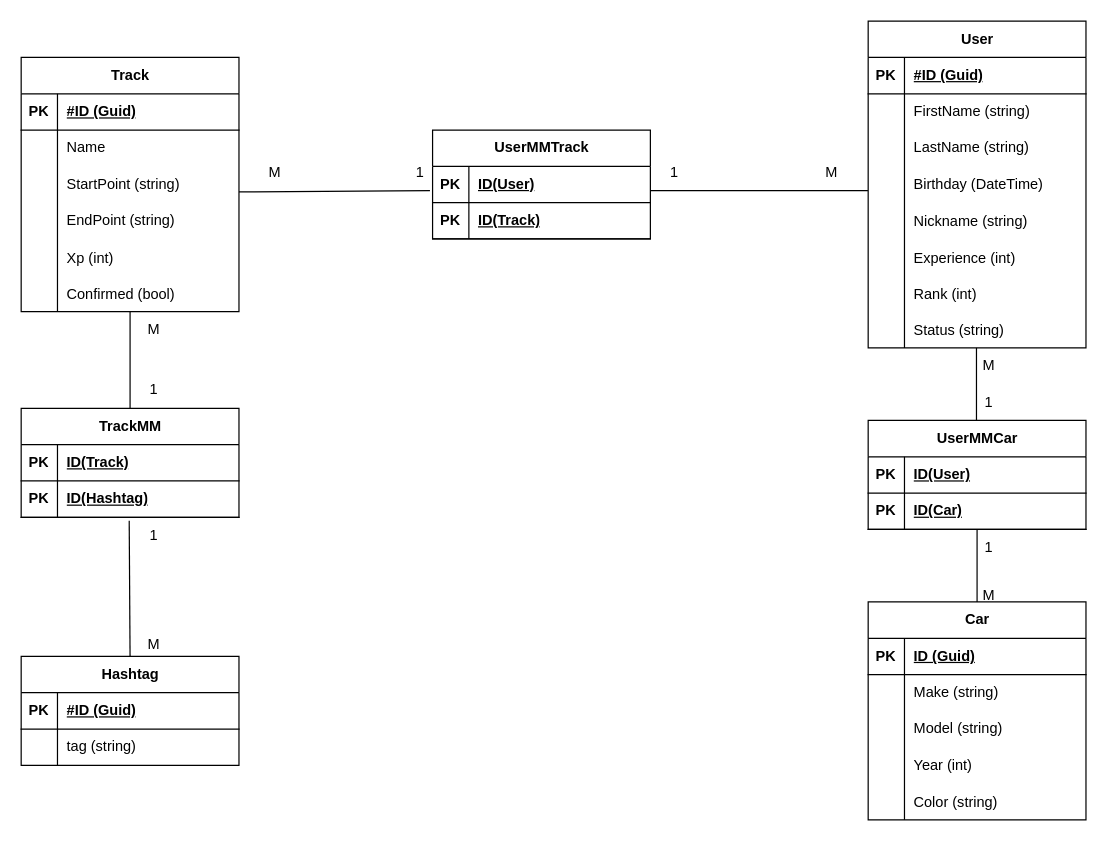
Qarty26/ASP.NET keeps this draw.io diagram as Project/diagrama .net roads.drawio. Above is the earlier version. Source tidied: cells renumbered, new cells numbered last; positions are measured from the earlier drawing's top-left corner, leaving out a move shared by most shapes. Both pictures are drawn from the tidied source at 121%, with x=0, y=0 at pixel (21, 21).
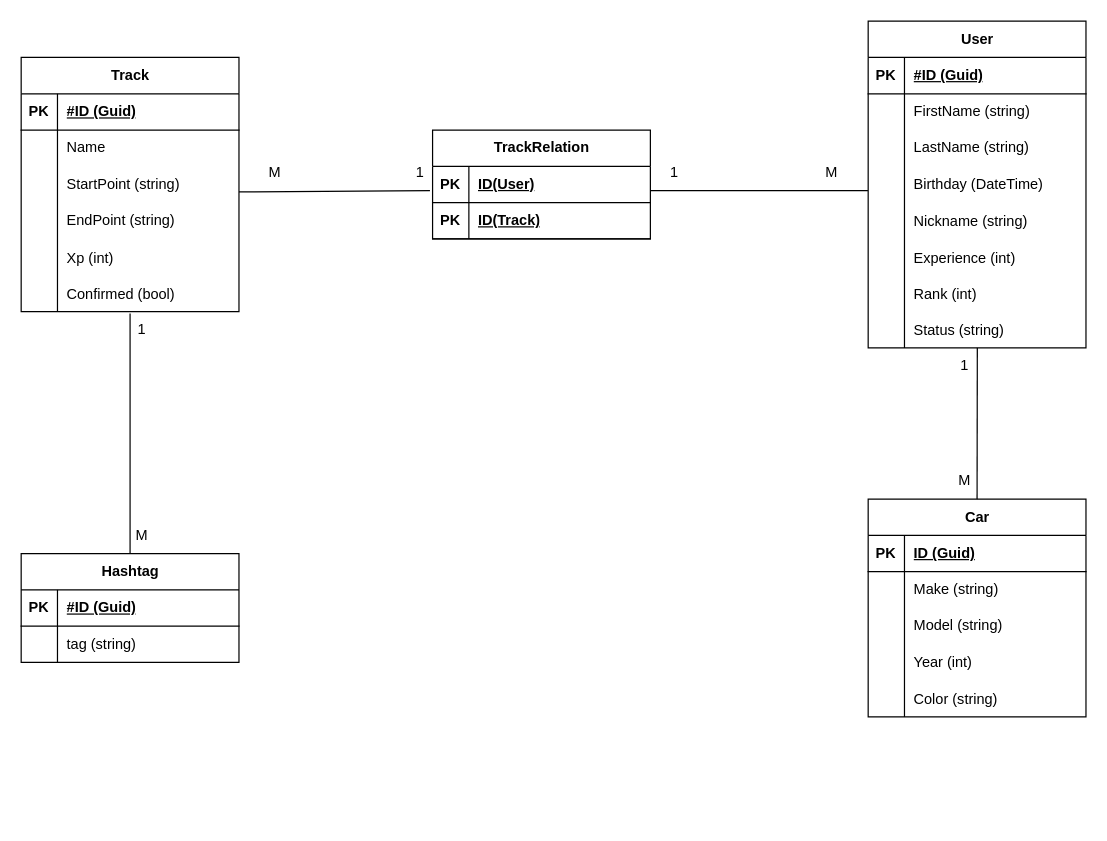
Above is the later version.

Unchanged cells that the change refers to:
```xml
<mxCell id="43" style="shape=tableRow;horizontal=0;startSize=0;swimlaneHead=0;swimlaneBody=0;fillColor=none;points=[[0,0.5],[1,0.5]];portConstraint=eastwest;top=0;left=0;right=0;bottom=0;" parent="27" vertex="1">
  <mxGeometry y="180" width="180" height="30" as="geometry" />
</mxCell>
```

What changed in the source:
```diff
@@
     <mxCell id="46" value="Hashtag" style="shape=table;startSize=30;childLayout=tableLayout;rowLines=0;fontStyle=1;align=center;html=1;" parent="1" vertex="1">
-      <mxGeometry y="525" width="180" height="90" as="geometry" />
+      <mxGeometry y="440" width="180" height="90" as="geometry" />
     </mxCell>
@@
     <mxCell id="53" value="Car" style="shape=table;startSize=30;childLayout=tableLayout;rowLines=0;fontStyle=1;align=center;html=1;" parent="1" vertex="1">
-      <mxGeometry x="700" y="480" width="180" height="180" as="geometry" />
+      <mxGeometry x="700" y="395" width="180" height="180" as="geometry" />
     </mxCell>
@@
-    <mxCell id="69" value="UserMMCar" style="shape=table;startSize=30;childLayout=tableLayout;rowLines=0;fontStyle=1;align=center;html=1;" parent="1" vertex="1">
-      <mxGeometry x="700" y="330" width="180" height="90" as="geometry" />
-    </mxCell>
-    <mxCell id="70" style="shape=tableRow;horizontal=0;startSize=0;swimlaneHead=0;swimlaneBody=0;fillColor=none;top=0;left=0;right=0;bottom=1;" parent="69" vertex="1">
-      <mxGeometry y="30" width="180" height="30" as="geometry" />
-    </mxCell>
-    <mxCell id="71" value="PK" style="shape=partialRectangle;fillColor=none;top=0;left=0;bottom=0;right=0;fontStyle=1;overflow=hidden;whiteSpace=wrap;html=1;" parent="70" vertex="1">
-      <mxGeometry width="30" height="30" as="geometry" />
-    </mxCell>
-    <mxCell id="72" value="ID(User)" style="shape=partialRectangle;fillColor=none;top=0;left=0;bottom=0;right=0;align=left;spacingLeft=6;fontStyle=5;overflow=hidden;whiteSpace=wrap;html=1;" parent="70" vertex="1">
-      <mxGeometry x="30" width="150" height="30" as="geometry" />
-    </mxCell>
-    <mxCell id="73" style="shape=tableRow;horizontal=0;startSize=0;swimlaneHead=0;swimlaneBody=0;fillColor=none;top=0;left=0;right=0;bottom=1;" parent="69" vertex="1">
-      <mxGeometry y="60" width="180" height="30" as="geometry" />
-    </mxCell>
-    <mxCell id="74" value="PK" style="shape=partialRectangle;fillColor=none;top=0;left=0;bottom=0;right=0;fontStyle=1;overflow=hidden;whiteSpace=wrap;html=1;" parent="73" vertex="1">
-      <mxGeometry width="30" height="30" as="geometry" />
-    </mxCell>
-    <mxCell id="75" value="ID(Car)" style="shape=partialRectangle;fillColor=none;top=0;left=0;bottom=0;right=0;align=left;spacingLeft=6;fontStyle=5;overflow=hidden;whiteSpace=wrap;html=1;" parent="73" vertex="1">
-      <mxGeometry x="30" width="150" height="30" as="geometry" />
-    </mxCell>
-    <mxCell id="76" value="UserMMTrack" style="shape=table;startSize=30;childLayout=tableLayout;rowLines=0;fontStyle=1;align=center;html=1;" parent="1" vertex="1">
+    <mxCell id="76" value="TrackRelation" style="shape=table;startSize=30;childLayout=tableLayout;rowLines=0;fontStyle=1;align=center;html=1;" parent="1" vertex="1">
       <mxGeometry x="340" y="90" width="180" height="90" as="geometry" />
     </mxCell>
@@
-    <mxCell id="83" value="TrackMM" style="shape=table;startSize=30;childLayout=tableLayout;rowLines=0;fontStyle=1;align=center;html=1;" parent="1" vertex="1">
-      <mxGeometry y="320" width="180" height="90" as="geometry" />
-    </mxCell>
-    <mxCell id="84" style="shape=tableRow;horizontal=0;startSize=0;swimlaneHead=0;swimlaneBody=0;fillColor=none;top=0;left=0;right=0;bottom=1;" parent="83" vertex="1">
-      <mxGeometry y="30" width="180" height="30" as="geometry" />
-    </mxCell>
-    <mxCell id="85" value="PK" style="shape=partialRectangle;fillColor=none;top=0;left=0;bottom=0;right=0;fontStyle=1;overflow=hidden;whiteSpace=wrap;html=1;" parent="84" vertex="1">
-      <mxGeometry width="30" height="30" as="geometry" />
-    </mxCell>
-    <mxCell id="86" value="ID(Track)" style="shape=partialRectangle;fillColor=none;top=0;left=0;bottom=0;right=0;align=left;spacingLeft=6;fontStyle=5;overflow=hidden;whiteSpace=wrap;html=1;" parent="84" vertex="1">
-      <mxGeometry x="30" width="150" height="30" as="geometry" />
-    </mxCell>
-    <mxCell id="87" style="shape=tableRow;horizontal=0;startSize=0;swimlaneHead=0;swimlaneBody=0;fillColor=none;points=[[0,0.5],[1,0.5]];portConstraint=eastwest;top=0;left=0;right=0;bottom=1;" parent="83" vertex="1">
-      <mxGeometry y="60" width="180" height="30" as="geometry" />
-    </mxCell>
-    <mxCell id="88" value="PK" style="shape=partialRectangle;fillColor=none;top=0;left=0;bottom=0;right=0;fontStyle=1;overflow=hidden;whiteSpace=wrap;html=1;" parent="87" vertex="1">
-      <mxGeometry width="30" height="30" as="geometry" />
-    </mxCell>
-    <mxCell id="89" value="ID(Hashtag)" style="shape=partialRectangle;fillColor=none;top=0;left=0;bottom=0;right=0;align=left;spacingLeft=6;fontStyle=5;overflow=hidden;whiteSpace=wrap;html=1;" parent="87" vertex="1">
-      <mxGeometry x="30" width="150" height="30" as="geometry" />
-    </mxCell>
@@
-    <mxCell id="92" style="endArrow=none;html=1;rounded=0;exitX=0.5;exitY=0;exitDx=0;exitDy=0;" parent="1" edge="1" source="83">
-      <mxGeometry relative="1" as="geometry">
-        <mxPoint x="90" y="240" as="targetPoint" />
-      </mxGeometry>
-    </mxCell>
-    <mxCell id="93" style="endArrow=none;html=1;rounded=0;exitX=0.5;exitY=0;exitDx=0;exitDy=0;entryX=0.496;entryY=1.095;entryDx=0;entryDy=0;entryPerimeter=0;" parent="1" edge="1" source="46" target="87">
-      <mxGeometry relative="1" as="geometry" />
-    </mxCell>
-    <mxCell id="94" style="endArrow=none;html=1;rounded=0;exitX=0.5;exitY=0;exitDx=0;exitDy=0;" parent="1" edge="1" source="53">
-      <mxGeometry relative="1" as="geometry">
-        <mxPoint x="790" y="420" as="targetPoint" />
-      </mxGeometry>
-    </mxCell>
-    <mxCell id="95" style="endArrow=none;html=1;rounded=0;exitX=0.5;exitY=0;exitDx=0;exitDy=0;" parent="1" edge="1">
-      <mxGeometry relative="1" as="geometry">
-        <mxPoint x="789.5" y="330" as="sourcePoint" />
-        <mxPoint x="789.5" y="270" as="targetPoint" />
-      </mxGeometry>
-    </mxCell>
-    <mxCell id="96" value="M" style="text;html=1;strokeColor=none;fillColor=none;align=center;verticalAlign=middle;whiteSpace=wrap;rounded=0;" parent="1" vertex="1">
-      <mxGeometry x="80" y="500" width="60" height="30" as="geometry" />
-    </mxCell>
-    <mxCell id="97" value="M" style="text;html=1;strokeColor=none;fillColor=none;align=center;verticalAlign=middle;whiteSpace=wrap;rounded=0;" parent="1" vertex="1">
-      <mxGeometry x="80" y="240" width="60" height="30" as="geometry" />
-    </mxCell>
@@
-    <mxCell id="100" value="M" style="text;html=1;strokeColor=none;fillColor=none;align=center;verticalAlign=middle;whiteSpace=wrap;rounded=0;" parent="1" vertex="1">
-      <mxGeometry x="770" y="270" width="60" height="30" as="geometry" />
-    </mxCell>
-    <mxCell id="101" value="M" style="text;html=1;strokeColor=none;fillColor=none;align=center;verticalAlign=middle;whiteSpace=wrap;rounded=0;" parent="1" vertex="1">
-      <mxGeometry x="770" y="460" width="60" height="30" as="geometry" />
-    </mxCell>
-    <mxCell id="102" value="1" style="text;html=1;strokeColor=none;fillColor=none;align=center;verticalAlign=middle;whiteSpace=wrap;rounded=0;" parent="1" vertex="1">
-      <mxGeometry x="80" y="410" width="60" height="30" as="geometry" />
-    </mxCell>
-    <mxCell id="103" value="1" style="text;html=1;strokeColor=none;fillColor=none;align=center;verticalAlign=middle;whiteSpace=wrap;rounded=0;" parent="1" vertex="1">
-      <mxGeometry x="80" y="290" width="60" height="30" as="geometry" />
-    </mxCell>
@@
-    <mxCell id="106" value="1" style="text;html=1;strokeColor=none;fillColor=none;align=center;verticalAlign=middle;whiteSpace=wrap;rounded=0;" parent="1" vertex="1">
-      <mxGeometry x="770" y="300" width="60" height="30" as="geometry" />
-    </mxCell>
-    <mxCell id="107" value="1" style="text;html=1;strokeColor=none;fillColor=none;align=center;verticalAlign=middle;whiteSpace=wrap;rounded=0;" parent="1" vertex="1">
-      <mxGeometry x="770" y="420" width="60" height="30" as="geometry" />
-    </mxCell>
+    <mxCell id="108" style="endArrow=none;html=1;rounded=0;entryX=0.5;entryY=1.053;entryDx=0;entryDy=0;entryPerimeter=0;" parent="1" edge="1" target="43">
+      <mxGeometry relative="1" as="geometry">
+        <mxPoint x="90" y="440" as="sourcePoint" />
+      </mxGeometry>
+    </mxCell>
+    <mxCell id="109" value="1" style="text;html=1;strokeColor=none;fillColor=none;align=center;verticalAlign=middle;whiteSpace=wrap;rounded=0;" parent="1" vertex="1">
+      <mxGeometry x="70" y="240" width="60" height="30" as="geometry" />
+    </mxCell>
+    <mxCell id="110" value="M" style="text;html=1;strokeColor=none;fillColor=none;align=center;verticalAlign=middle;whiteSpace=wrap;rounded=0;" parent="1" vertex="1">
+      <mxGeometry x="70" y="410" width="60" height="30" as="geometry" />
+    </mxCell>
+    <mxCell id="111" style="endArrow=none;html=1;rounded=0;entryX=0.447;entryY=0.988;entryDx=0;entryDy=0;entryPerimeter=0;exitX=0.5;exitY=0;exitDx=0;exitDy=0;" parent="1" edge="1" source="53">
+      <mxGeometry relative="1" as="geometry">
+        <mxPoint x="790.2" y="270" as="targetPoint" />
+      </mxGeometry>
+    </mxCell>
+    <mxCell id="112" value="1" style="text;html=1;strokeColor=none;fillColor=none;align=center;verticalAlign=middle;whiteSpace=wrap;rounded=0;" parent="1" vertex="1">
+      <mxGeometry x="750" y="270" width="60" height="30" as="geometry" />
+    </mxCell>
+    <mxCell id="113" value="M" style="text;html=1;strokeColor=none;fillColor=none;align=center;verticalAlign=middle;whiteSpace=wrap;rounded=0;" parent="1" vertex="1">
+      <mxGeometry x="750" y="365" width="60" height="30" as="geometry" />
+    </mxCell>
```
